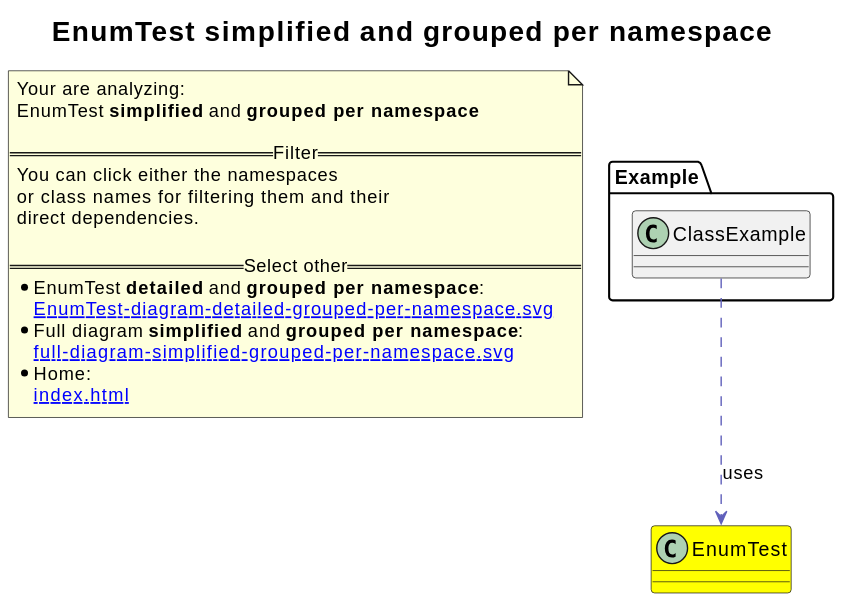
2BlackCoffees/revenger keeps this PlantUML diagram as revenger-java-adapter.out/EnumTest-diagram-simplified-grouped-per-namespace.svg. Above is the earlier version. Source of this version:
```plantuml
@startuml
title <size:20>EnumTest **simplified** and **grouped per namespace**</size>
note "Your are analyzing:\nEnumTest **simplified** and **grouped per namespace**\n\n==Filter==\nYou can click either the namespaces \nor class names for filtering them and their\ndirect dependencies.\n\n==Select other==\n* EnumTest **detailed** and **grouped per namespace**:\n   [[EnumTest-diagram-detailed-grouped-per-namespace.svg]]\n* Full diagram **simplified** and **grouped per namespace**:\n   [[full-diagram-simplified-grouped-per-namespace.svg]]\n* Home:\n   [[index.html]]" as FloatingNote
class EnumTest [[EnumTest-diagram-simplified-grouped-per-namespace.svg]] #yellow {
}
namespace Example [[Example-diagram-simplified-grouped-per-namespace.svg]] {
class Example.ClassExample [[Example.ClassExample-diagram-simplified-grouped-per-namespace.svg]]  {
}
}
Example.ClassExample .[#6060BB].> EnumTest  : uses
@enduml
```
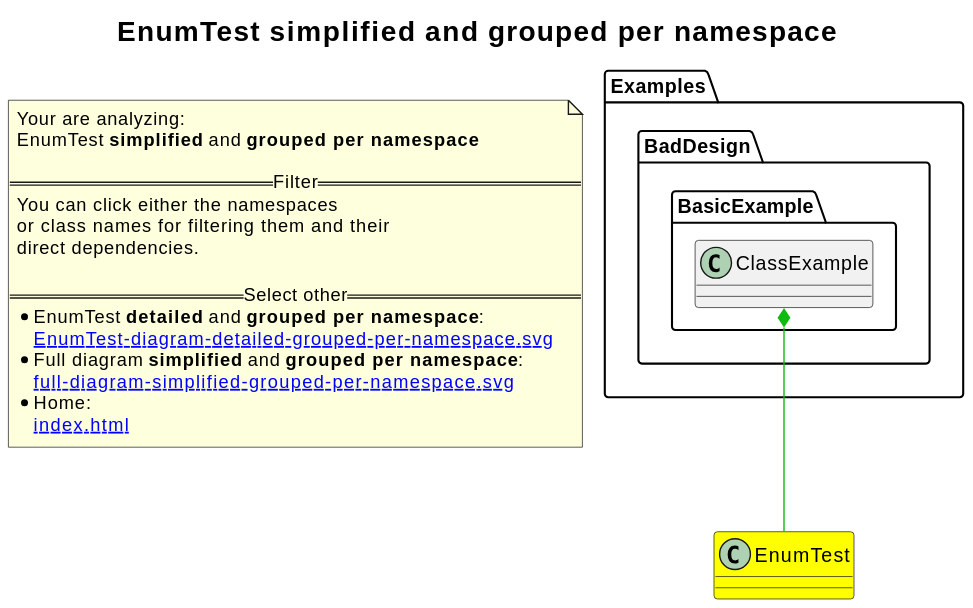
Later version of the same file.

What changed in the source:
```diff
@@ -1,11 +1,16 @@
 @startuml
+skinparam linetype ortho
 title <size:20>EnumTest **simplified** and **grouped per namespace**</size>
 note "Your are analyzing:\nEnumTest **simplified** and **grouped per namespace**\n\n==Filter==\nYou can click either the namespaces \nor class names for filtering them and their\ndirect dependencies.\n\n==Select other==\n* EnumTest **detailed** and **grouped per namespace**:\n   [[EnumTest-diagram-detailed-grouped-per-namespace.svg]]\n* Full diagram **simplified** and **grouped per namespace**:\n   [[full-diagram-simplified-grouped-per-namespace.svg]]\n* Home:\n   [[index.html]]" as FloatingNote
 class EnumTest [[EnumTest-diagram-simplified-grouped-per-namespace.svg]] #yellow {
 }
-namespace Example [[Example-diagram-simplified-grouped-per-namespace.svg]] {
-class Example.ClassExample [[Example.ClassExample-diagram-simplified-grouped-per-namespace.svg]]  {
+namespace Examples [[Examples-diagram-simplified-grouped-per-namespace.svg]] {
+namespace Examples.BadDesign [[Examples.BadDesign-diagram-simplified-grouped-per-namespace.svg]] {
+namespace Examples.BadDesign.BasicExample [[Examples.BadDesign.BasicExample-diagram-simplified-grouped-per-namespace.svg]] {
+    class Examples.BadDesign.BasicExample.ClassExample [[Examples.BadDesign.BasicExample.ClassExample-diagram-simplified-grouped-per-namespace.svg]]  {
+    }
 }
 }
-Example.ClassExample .[#6060BB].> EnumTest  : uses
+}
+Examples.BadDesign.BasicExample.ClassExample *-[#10BB10]- EnumTest
 @enduml
```
